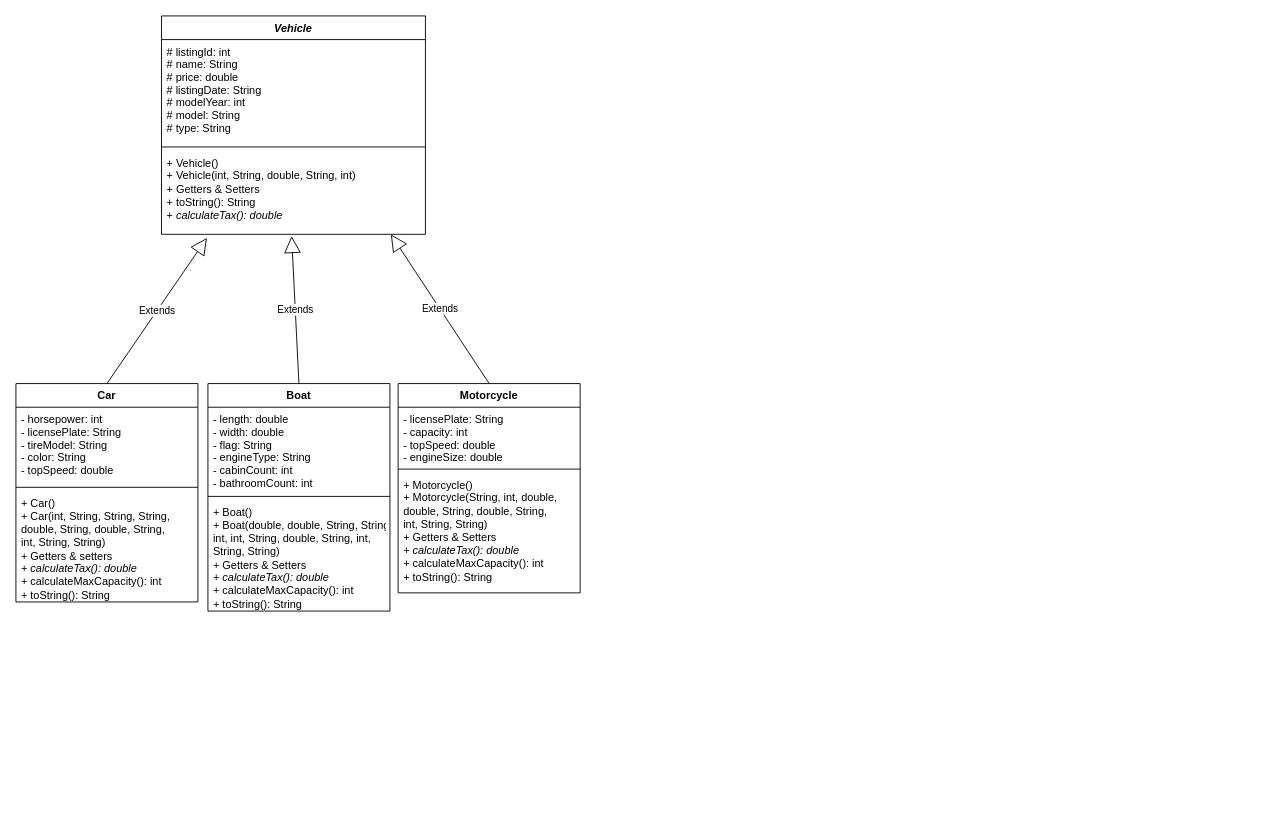
Before: UML/vehiclesellingportal.drawio in bariis/javaproject, a draw.io diagram. Source tidied: cells renumbered, new cells numbered last; positions are measured from the earlier drawing's top-left corner, leaving out a move shared by most shapes. Both pictures are drawn from the tidied source at 91%, with x=0, y=0 at pixel (15, 15).
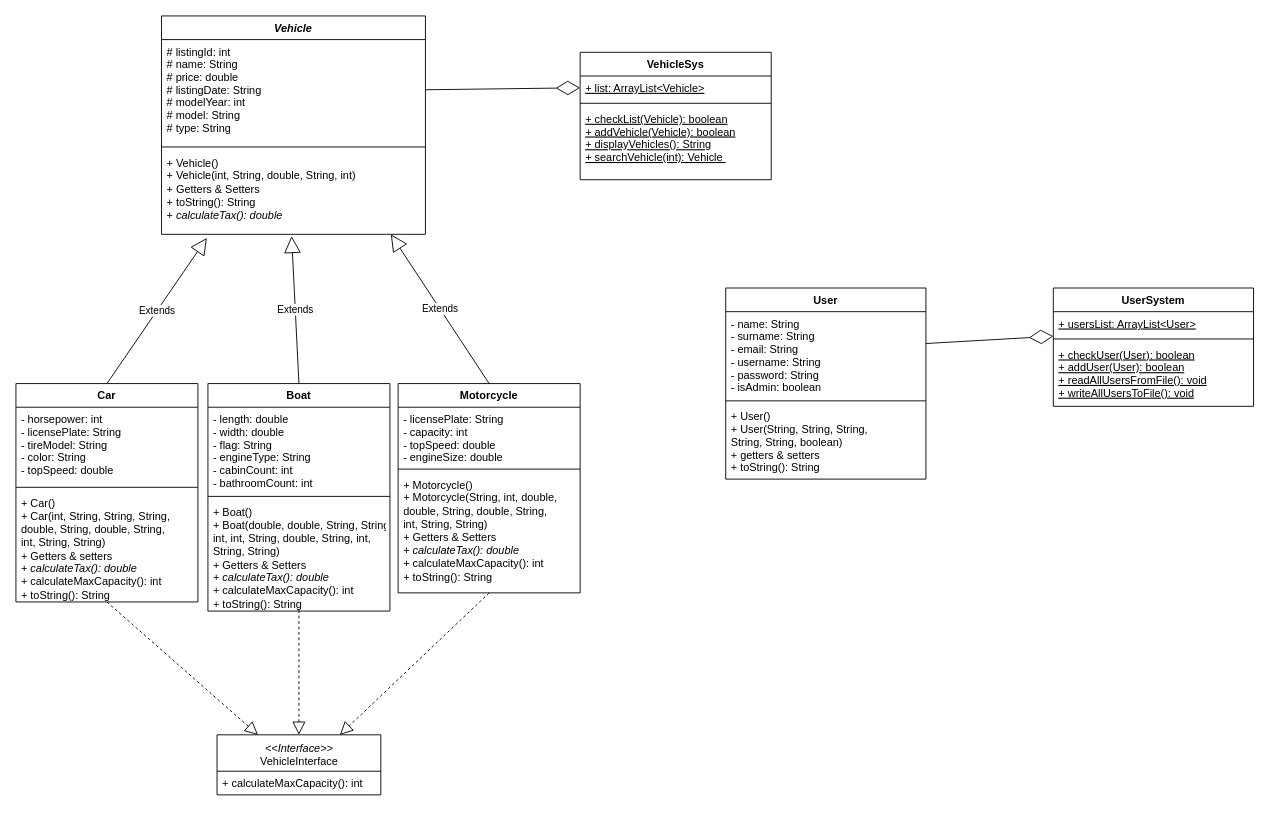
The same diagram, later.

Unchanged cells that the change refers to:
```xml
<mxCell id="3" value="# listingId: int&#10;# name: String&#10;# price: double&#10;# listingDate: String&#10;# modelYear: int&#10;# model: String&#10;# type: String&#10;&#10;&#10;" style="text;strokeColor=none;fillColor=none;align=left;verticalAlign=top;spacingLeft=4;spacingRight=4;overflow=hidden;points=[[0,0.5],[1,0.5]];portConstraint=eastwest;" parent="2" vertex="1">
  <mxGeometry y="26" width="290" height="114" as="geometry" />
</mxCell>
<mxCell id="9" value="+ Car()&lt;br&gt;+ Car(int, String, String, String,&lt;br&gt;double, String, double, String,&lt;br&gt;int, String, String)&lt;br&gt;+ Getters &amp;amp; setters&lt;br&gt;+ &lt;i&gt;calculateTax(): double&lt;/i&gt;&lt;br&gt;+ calculateMaxCapacity(): int&lt;br&gt;+ toString(): String" style="text;strokeColor=none;fillColor=none;align=left;verticalAlign=top;spacingLeft=4;spacingRight=4;overflow=hidden;points=[[0,0.5],[1,0.5]];portConstraint=eastwest;html=1;" parent="6" vertex="1">
  <mxGeometry y="118" width="200" height="122" as="geometry" />
</mxCell>
<mxCell id="13" value="+ Boat()&lt;br&gt;+ Boat(double, double, String, String&lt;br&gt;int, int, String, double, String, int, &lt;br&gt;String, String)&lt;br&gt;&lt;div&gt;+ Getters &amp;amp; Setters&lt;/div&gt;&lt;div&gt;+ &lt;i&gt;calculateTax(): double&lt;/i&gt;&lt;/div&gt;+ calculateMaxCapacity(): int&lt;br&gt;+ toString(): String" style="text;strokeColor=none;fillColor=none;align=left;verticalAlign=top;spacingLeft=4;spacingRight=4;overflow=hidden;points=[[0,0.5],[1,0.5]];portConstraint=eastwest;fontStyle=0;html=1;" parent="10" vertex="1">
  <mxGeometry y="128" width="200" height="122" as="geometry" />
</mxCell>
<mxCell id="17" value="+ Motorcycle()&lt;br&gt;+ Motorcycle(String, int, double,&lt;br&gt;double, String, double, String, &lt;br&gt;int, String, String)&lt;br&gt;+ Getters &amp;amp; Setters&lt;br&gt;+ &lt;i&gt;calculateTax(): double&lt;/i&gt;&lt;br&gt;+ calculateMaxCapacity(): int&lt;br&gt;+ toString(): String" style="text;strokeColor=none;fillColor=none;align=left;verticalAlign=top;spacingLeft=4;spacingRight=4;overflow=hidden;points=[[0,0.5],[1,0.5]];portConstraint=eastwest;html=1;" parent="14" vertex="1">
  <mxGeometry y="98" width="200" height="132" as="geometry" />
</mxCell>
```

What changed in the source:
```diff
@@
+    <mxCell id="21" value="&lt;p style=&quot;margin: 0px ; margin-top: 4px ; text-align: center&quot;&gt;&lt;i&gt;&amp;lt;&amp;lt;Interface&amp;gt;&amp;gt;&lt;/i&gt;&lt;br&gt;VehicleInterface&lt;br&gt;&lt;/p&gt;" style="swimlane;fontStyle=0;horizontal=1;startSize=40;fillColor=none;html=1;" parent="1" vertex="1">
+      <mxGeometry x="221" y="790" width="180" height="66" as="geometry" />
+    </mxCell>
+    <mxCell id="22" value="+ calculateMaxCapacity(): int" style="text;strokeColor=none;fillColor=none;align=left;verticalAlign=top;spacingLeft=4;spacingRight=4;overflow=hidden;" parent="21" vertex="1">
+      <mxGeometry y="40" width="180" height="26" as="geometry" />
+    </mxCell>
+    <mxCell id="23" style="endArrow=block;dashed=1;endFill=0;endSize=12;html=1;exitX=0.5;exitY=1;exitDx=0;exitDy=0;exitPerimeter=0;entryX=0.25;entryY=0;entryDx=0;entryDy=0;" parent="1" edge="1" source="9" target="21">
+      <mxGeometry relative="1" as="geometry" />
+    </mxCell>
+    <mxCell id="24" style="endArrow=block;dashed=1;endFill=0;endSize=12;html=1;exitX=0.5;exitY=0.992;exitDx=0;exitDy=0;exitPerimeter=0;entryX=0.5;entryY=0;entryDx=0;entryDy=0;" parent="1" edge="1" source="13" target="21">
+      <mxGeometry relative="1" as="geometry" />
+    </mxCell>
+    <mxCell id="25" style="endArrow=block;dashed=1;endFill=0;endSize=12;html=1;exitX=0.5;exitY=1;exitDx=0;exitDy=0;exitPerimeter=0;entryX=0.75;entryY=0;entryDx=0;entryDy=0;" parent="1" edge="1" source="17" target="21">
+      <mxGeometry relative="1" as="geometry" />
+    </mxCell>
+    <mxCell id="26" value="User&#10;" style="swimlane;fontStyle=1;align=center;verticalAlign=top;horizontal=1;startSize=26;" parent="1" vertex="1">
+      <mxGeometry x="780" y="299" width="220" height="210" as="geometry" />
+    </mxCell>
+    <mxCell id="27" value="- name: String&#10;- surname: String&#10;- email: String&#10;- username: String&#10;- password: String&#10;- isAdmin: boolean" style="text;strokeColor=none;fillColor=none;align=left;verticalAlign=top;spacingLeft=4;spacingRight=4;overflow=hidden;" parent="26" vertex="1">
+      <mxGeometry y="26" width="220" height="94" as="geometry" />
+    </mxCell>
+    <mxCell id="28" style="line;strokeWidth=1;fillColor=none;align=left;verticalAlign=middle;spacingTop=-1;spacingLeft=3;spacingRight=3;labelPosition=right;" parent="26" vertex="1">
+      <mxGeometry y="120" width="220" height="8" as="geometry" />
+    </mxCell>
+    <mxCell id="29" value="+ User()&#10;+ User(String, String, String,&#10;String, String, boolean)&#10;+ getters &amp; setters&#10;+ toString(): String" style="text;strokeColor=none;fillColor=none;align=left;verticalAlign=top;spacingLeft=4;spacingRight=4;overflow=hidden;" parent="26" vertex="1">
+      <mxGeometry y="128" width="220" height="82" as="geometry" />
+    </mxCell>
+    <mxCell id="30" value="VehicleSys" style="swimlane;fontStyle=1;align=center;verticalAlign=top;horizontal=1;startSize=26;" parent="1" vertex="1">
+      <mxGeometry x="620" y="40" width="210" height="140" as="geometry" />
+    </mxCell>
+    <mxCell id="31" value="+ list: ArrayList&lt;Vehicle&gt;" style="text;strokeColor=none;fillColor=none;align=left;verticalAlign=top;spacingLeft=4;spacingRight=4;overflow=hidden;points=[[0,0.5],[1,0.5]];portConstraint=eastwest;fontStyle=4;" parent="30" vertex="1">
+      <mxGeometry y="26" width="210" height="26" as="geometry" />
+    </mxCell>
+    <mxCell id="32" style="line;strokeWidth=1;fillColor=none;align=left;verticalAlign=middle;spacingTop=-1;spacingLeft=3;spacingRight=3;labelPosition=right;" parent="30" vertex="1">
+      <mxGeometry y="52" width="210" height="8" as="geometry" />
+    </mxCell>
+    <mxCell id="33" value="+ checkList(Vehicle): boolean&#10;+ addVehicle(Vehicle): boolean&#10;+ displayVehicles(): String&#10;+ searchVehicle(int): Vehicle " style="text;strokeColor=none;fillColor=none;align=left;verticalAlign=top;spacingLeft=4;spacingRight=4;overflow=hidden;fontStyle=4;" parent="30" vertex="1">
+      <mxGeometry y="60" width="210" height="80" as="geometry" />
+    </mxCell>
+    <mxCell id="34" style="endArrow=diamondThin;endFill=0;endSize=24;html=1;entryX=0;entryY=0.5;entryDx=0;entryDy=0;" parent="1" edge="1" source="3" target="31">
+      <mxGeometry relative="1" as="geometry" />
+    </mxCell>
+    <mxCell id="35" value="UserSystem" style="swimlane;fontStyle=1;align=center;verticalAlign=top;horizontal=1;startSize=26;" parent="1" vertex="1">
+      <mxGeometry x="1140" y="299" width="220" height="130" as="geometry" />
+    </mxCell>
+    <mxCell id="36" value="+ usersList: ArrayList&lt;User&gt;" style="text;strokeColor=none;fillColor=none;align=left;verticalAlign=top;spacingLeft=4;spacingRight=4;overflow=hidden;points=[[0,0.5],[1,0.5]];portConstraint=eastwest;fontStyle=4;" parent="35" vertex="1">
+      <mxGeometry y="26" width="220" height="26" as="geometry" />
+    </mxCell>
+    <mxCell id="37" style="line;strokeWidth=1;fillColor=none;align=left;verticalAlign=middle;spacingTop=-1;spacingLeft=3;spacingRight=3;labelPosition=right;" parent="35" vertex="1">
+      <mxGeometry y="52" width="220" height="8" as="geometry" />
+    </mxCell>
+    <mxCell id="38" value="+ checkUser(User): boolean&#10;+ addUser(User): boolean&#10;+ readAllUsersFromFile(): void&#10;+ writeAllUsersToFile(): void" style="text;strokeColor=none;fillColor=none;align=left;verticalAlign=top;spacingLeft=4;spacingRight=4;overflow=hidden;fontStyle=4;" parent="35" vertex="1">
+      <mxGeometry y="60" width="220" height="70" as="geometry" />
+    </mxCell>
+    <mxCell id="39" style="endArrow=diamondThin;endFill=0;endSize=24;html=1;entryX=0;entryY=1.038;entryDx=0;entryDy=0;entryPerimeter=0;" parent="1" edge="1" target="36">
+      <mxGeometry relative="1" as="geometry">
+        <mxPoint x="1000" y="360" as="sourcePoint" />
+      </mxGeometry>
+    </mxCell>
```
